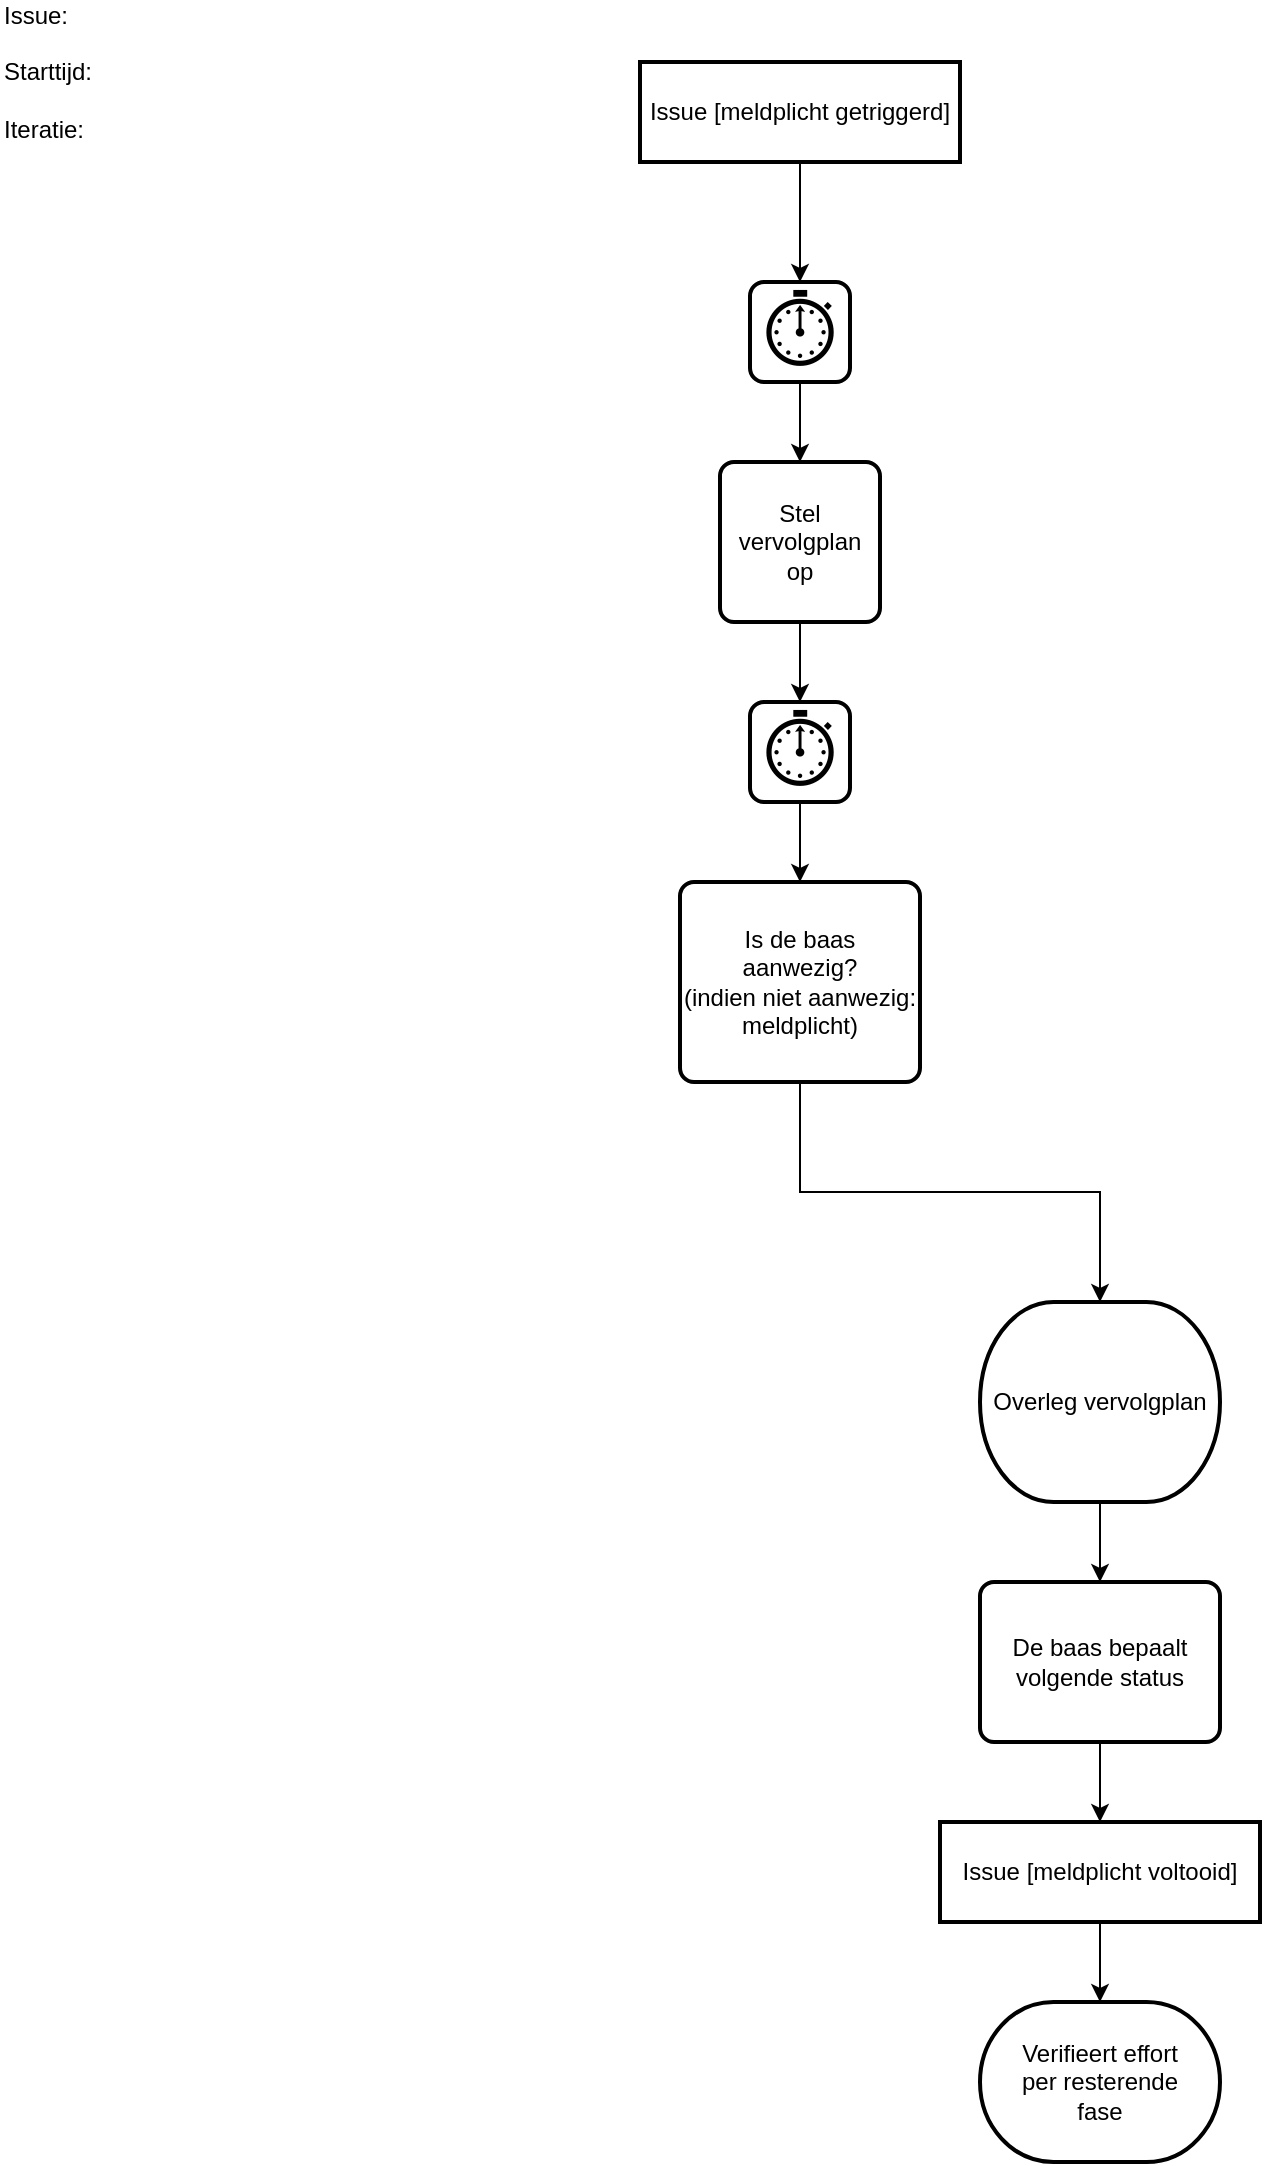
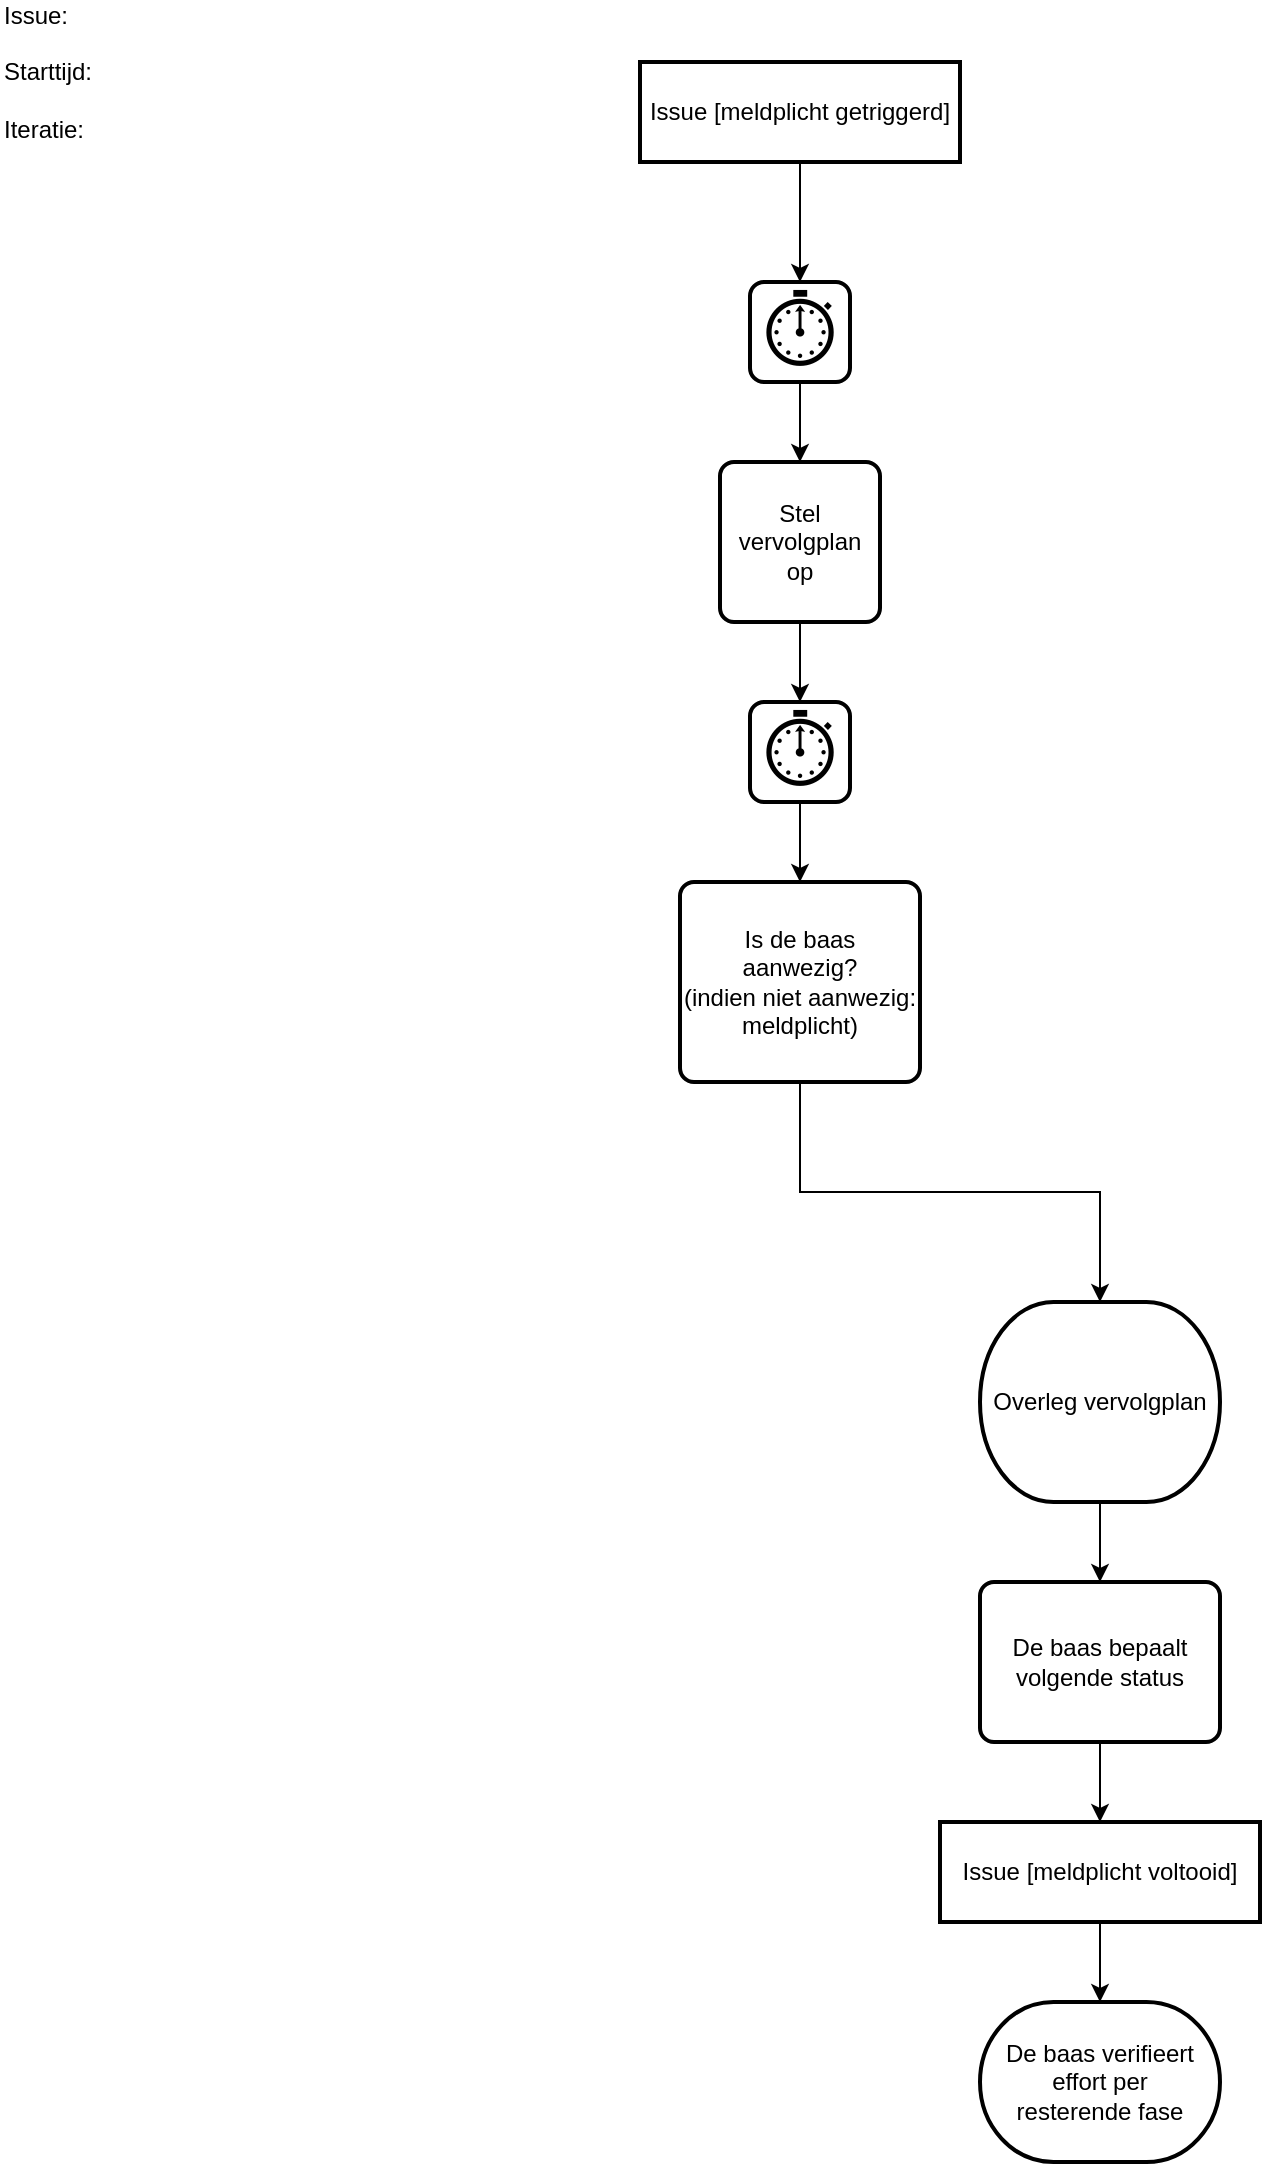
<mxfile host="Electron" agent="Mozilla/5.0 (Windows NT 10.0; Win64; x64) AppleWebKit/537.36 (KHTML, like Gecko) Chrome/144.0.0.0 Safari/537.36">
  <diagram name="Page-1" id="RxTZmvJhkROvXh92HXGi">
    <mxGraphModel dx="842" dy="576" grid="1" gridSize="10" guides="1" tooltips="1" connect="1" arrows="1" fold="1" page="1" pageScale="1" pageWidth="827" pageHeight="1169" math="0" shadow="0">
      <root>
        <mxCell id="0" />
        <mxCell id="1" parent="0" />
        <mxCell id="IjQxlhujuJK-shiPwm0T-2" edge="1" parent="1" source="kJhKxd2zfYEuZ5hcswId-1" style="edgeStyle=orthogonalEdgeStyle;rounded=0;orthogonalLoop=1;jettySize=auto;html=1;" target="kJhKxd2zfYEuZ5hcswId-17" value="">
          <mxGeometry relative="1" as="geometry" />
        </mxCell>
        <object label="Issue [meldplicht getriggerd]" Action="901" id="kJhKxd2zfYEuZ5hcswId-1">
          <mxCell parent="1" style="rounded=0;whiteSpace=wrap;html=1;strokeWidth=2;" vertex="1">
            <mxGeometry height="50" width="160" x="330" y="40" as="geometry" />
          </mxCell>
        </object>
        <mxCell id="IjQxlhujuJK-shiPwm0T-6" edge="1" parent="1" source="kJhKxd2zfYEuZ5hcswId-3" style="edgeStyle=orthogonalEdgeStyle;rounded=0;orthogonalLoop=1;jettySize=auto;html=1;exitX=0.5;exitY=1;exitDx=0;exitDy=0;entryX=0.5;entryY=0;entryDx=0;entryDy=0;" target="kJhKxd2zfYEuZ5hcswId-8">
          <mxGeometry relative="1" as="geometry" />
        </mxCell>
        <object label="Is de baas&lt;br&gt;aanwezig?&lt;br&gt;(indien niet aanwezig:&lt;br&gt;meldplicht)" Action="905" id="kJhKxd2zfYEuZ5hcswId-3">
          <mxCell parent="1" style="rounded=1;whiteSpace=wrap;html=1;absoluteArcSize=1;arcSize=14;strokeWidth=2;" vertex="1">
            <mxGeometry height="100" width="120" x="350" y="450" as="geometry" />
          </mxCell>
        </object>
        <mxCell id="IjQxlhujuJK-shiPwm0T-8" edge="1" parent="1" source="kJhKxd2zfYEuZ5hcswId-8" style="edgeStyle=orthogonalEdgeStyle;rounded=0;orthogonalLoop=1;jettySize=auto;html=1;exitX=0.5;exitY=1;exitDx=0;exitDy=0;entryX=0.5;entryY=0;entryDx=0;entryDy=0;" target="kJhKxd2zfYEuZ5hcswId-12" value="">
          <mxGeometry relative="1" as="geometry" />
        </mxCell>
        <object label="Overleg vervolgplan" Action="906" id="kJhKxd2zfYEuZ5hcswId-8">
          <mxCell parent="1" style="strokeWidth=2;html=1;shape=mxgraph.flowchart.terminator;whiteSpace=wrap;" vertex="1">
            <mxGeometry height="100" width="120" x="500" y="660" as="geometry" />
          </mxCell>
        </object>
        <object label="De baas bepaalt&lt;br&gt;volgende status" Action="907" id="kJhKxd2zfYEuZ5hcswId-12">
          <mxCell parent="1" style="rounded=1;whiteSpace=wrap;html=1;absoluteArcSize=1;arcSize=14;strokeWidth=2;" vertex="1">
            <mxGeometry height="80" width="120" x="500" y="800" as="geometry" />
          </mxCell>
        </object>
        <object label="Issue [meldplicht voltooid]" id="object_meldplicht_voltooid">
          <mxCell parent="1" style="rounded=0;whiteSpace=wrap;html=1;strokeWidth=2;" vertex="1">
            <mxGeometry height="50" width="160" x="480" y="920" as="geometry" />
          </mxCell>
        </object>
        <mxCell id="edge_baas_bepaalt_to_meldplicht_voltooid" edge="1" parent="1" source="kJhKxd2zfYEuZ5hcswId-12" style="edgeStyle=orthogonalEdgeStyle;rounded=0;orthogonalLoop=1;jettySize=auto;html=1;exitX=0.5;exitY=1;exitDx=0;exitDy=0;entryX=0.5;entryY=0;entryDx=0;entryDy=0;" target="object_meldplicht_voltooid" value="">
          <mxGeometry relative="1" as="geometry" />
        </mxCell>
-         <object label="Verifieert effort&lt;br&gt;per resterende&lt;br&gt;fase" Action="908" id="new_verifieert_effort">
+         <object label="De baas verifieert&lt;br&gt;effort per&lt;br&gt;resterende fase" Action="908" id="new_verifieert_effort">
          <mxCell parent="1" style="strokeWidth=2;html=1;shape=mxgraph.flowchart.terminator;whiteSpace=wrap;" vertex="1">
            <mxGeometry height="80" width="120" x="500" y="1010" as="geometry" />
          </mxCell>
        </object>
        <mxCell id="edge_meldplicht_voltooid_to_verifieert_effort" edge="1" parent="1" source="object_meldplicht_voltooid" style="edgeStyle=orthogonalEdgeStyle;rounded=0;orthogonalLoop=1;jettySize=auto;html=1;exitX=0.5;exitY=1;exitDx=0;exitDy=0;entryX=0.5;entryY=0;entryDx=0;entryDy=0;" target="new_verifieert_effort" value="">
          <mxGeometry relative="1" as="geometry" />
        </mxCell>
        <mxCell id="kJhKxd2zfYEuZ5hcswId-13" parent="1" style="text;html=1;align=left;verticalAlign=middle;whiteSpace=wrap;rounded=0;" value="Issue:&amp;nbsp; &amp;nbsp;&lt;br&gt;&lt;br&gt;Starttijd:&lt;br&gt;&lt;br&gt;Iteratie:&amp;nbsp;" vertex="1">
          <mxGeometry height="30" width="60" x="10" y="30" as="geometry" />
        </mxCell>
        <mxCell id="IjQxlhujuJK-shiPwm0T-3" edge="1" parent="1" source="kJhKxd2zfYEuZ5hcswId-17" style="edgeStyle=orthogonalEdgeStyle;rounded=0;orthogonalLoop=1;jettySize=auto;html=1;" target="IjQxlhujuJK-shiPwm0T-1" value="">
          <mxGeometry relative="1" as="geometry" />
        </mxCell>
        <object label="&lt;font style=&quot;font-size: 36px;&quot;&gt;⏱️&lt;/font&gt;" Action="902" id="kJhKxd2zfYEuZ5hcswId-17">
          <mxCell parent="1" style="rounded=1;whiteSpace=wrap;html=1;absoluteArcSize=1;arcSize=14;strokeWidth=2;" vertex="1">
            <mxGeometry height="50" width="50" x="385" y="150" as="geometry" />
          </mxCell>
        </object>
        <mxCell id="IjQxlhujuJK-shiPwm0T-5" edge="1" parent="1" source="kJhKxd2zfYEuZ5hcswId-18" style="edgeStyle=orthogonalEdgeStyle;rounded=0;orthogonalLoop=1;jettySize=auto;html=1;" target="kJhKxd2zfYEuZ5hcswId-3" value="">
          <mxGeometry relative="1" as="geometry" />
        </mxCell>
        <object label="&lt;font style=&quot;font-size: 36px;&quot;&gt;⏱️&lt;/font&gt;" Action="904" id="kJhKxd2zfYEuZ5hcswId-18">
          <mxCell parent="1" style="rounded=1;whiteSpace=wrap;html=1;absoluteArcSize=1;arcSize=14;strokeWidth=2;" vertex="1">
            <mxGeometry height="50" width="50" x="385" y="360" as="geometry" />
          </mxCell>
        </object>
        <mxCell id="IjQxlhujuJK-shiPwm0T-4" edge="1" parent="1" source="IjQxlhujuJK-shiPwm0T-1" style="edgeStyle=orthogonalEdgeStyle;rounded=0;orthogonalLoop=1;jettySize=auto;html=1;" target="kJhKxd2zfYEuZ5hcswId-18" value="">
          <mxGeometry relative="1" as="geometry" />
        </mxCell>
        <object label="Stel vervolgplan op" Action="903" id="IjQxlhujuJK-shiPwm0T-1">
          <mxCell parent="1" style="rounded=1;whiteSpace=wrap;html=1;absoluteArcSize=1;arcSize=14;strokeWidth=2;" vertex="1">
            <mxGeometry height="80" width="80" x="370" y="240" as="geometry" />
          </mxCell>
        </object>
      </root>
    </mxGraphModel>
  </diagram>
</mxfile>
